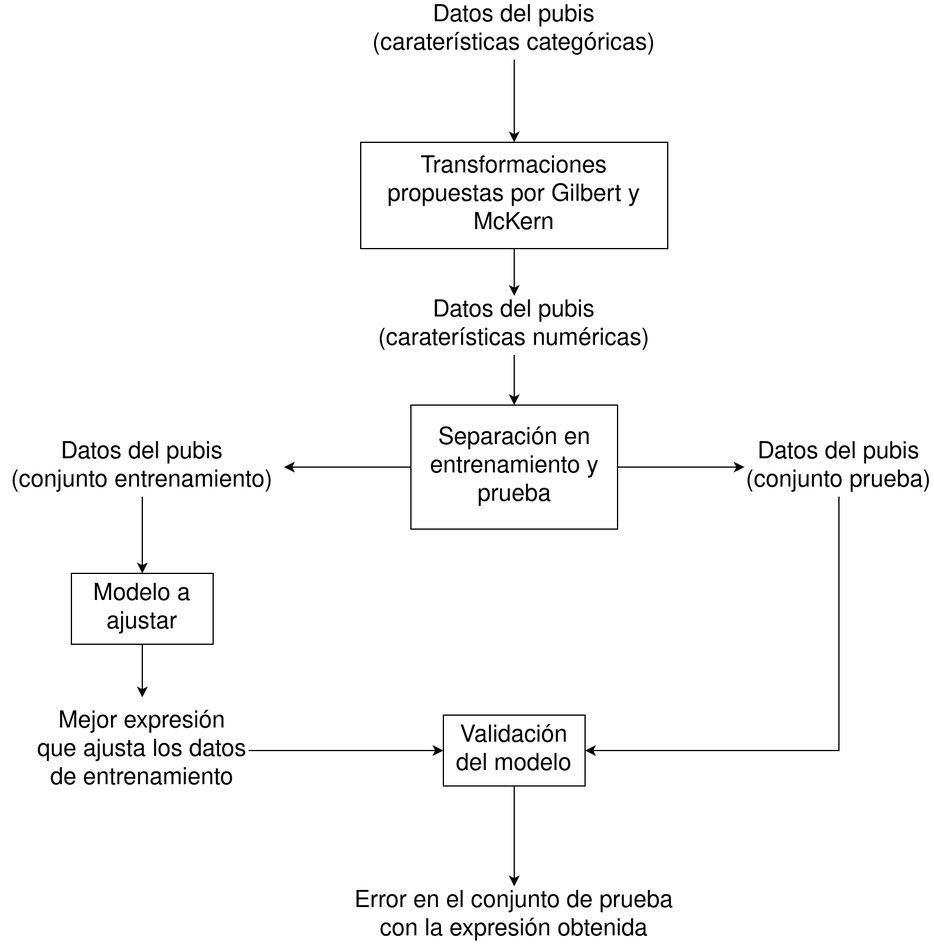
Above: memoria/images/esquema_datos.png in advy99/TFG (draw.io), before the change. Source tidied: cells renumbered, new cells last; positions are measured from the earlier drawing's top-left corner, leaving out a move shared by most shapes.
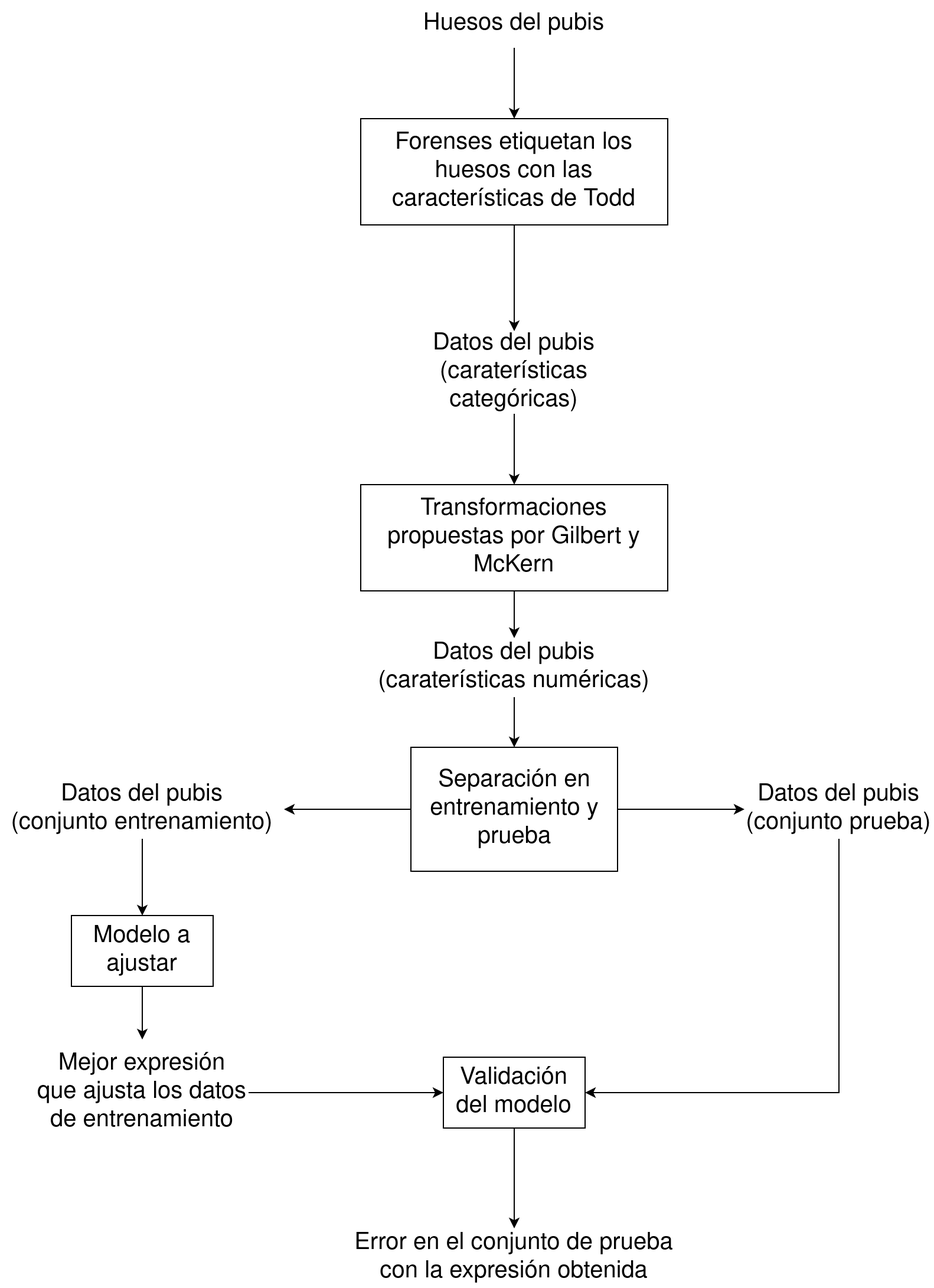
After the change.

Commit message:
actualizo el esquema de datos utilizado, ampliando la parte de obtención de características

The edit, as a diff of the source:
```diff
@@ -2,11 +2,13 @@
   <root>
     <mxCell id="0" />
     <mxCell id="1" parent="0" />
-    <mxCell id="2" style="edgeStyle=orthogonalEdgeStyle;rounded=0;jettySize=auto;html=1;entryX=0.5;entryY=0;entryDx=0;entryDy=0;" parent="1" edge="1" source="3" target="5">
-      <mxGeometry relative="1" as="geometry" />
+    <mxCell id="2" style="edgeStyle=orthogonalEdgeStyle;rounded=0;jettySize=auto;html=1;entryX=0.5;entryY=0;entryDx=0;entryDy=0;" parent="1" edge="1" target="5">
+      <mxGeometry relative="1" as="geometry">
+        <mxPoint x="435" y="60" as="sourcePoint" />
+      </mxGeometry>
     </mxCell>
     <mxCell id="3" value="&lt;font style=&quot;font-size: 20px&quot;&gt;Datos del pubis &lt;br&gt;(caraterísticas categóricas)&lt;/font&gt;" style="text;html=1;strokeColor=none;fillColor=none;align=center;verticalAlign=middle;whiteSpace=wrap;rounded=0;" parent="1" vertex="1">
-      <mxGeometry x="240" width="390" height="50" as="geometry" />
+      <mxGeometry x="315" width="240" height="50" as="geometry" />
     </mxCell>
     <mxCell id="4" style="edgeStyle=orthogonalEdgeStyle;rounded=0;jettySize=auto;html=1;entryX=0.5;entryY=0;entryDx=0;entryDy=0;" parent="1" edge="1" source="5" target="7">
       <mxGeometry relative="1" as="geometry" />
@@ -66,5 +68,19 @@
     <mxCell id="21" value="&lt;font style=&quot;font-size: 20px&quot;&gt;Error en el conjunto de prueba con la expresión obtenida&lt;/font&gt;" style="text;html=1;strokeColor=none;fillColor=none;align=center;verticalAlign=middle;whiteSpace=wrap;rounded=0;" parent="1" vertex="1">
       <mxGeometry x="295" y="750" width="280" height="50" as="geometry" />
     </mxCell>
+    <mxCell id="22" style="edgeStyle=orthogonalEdgeStyle;rounded=0;jettySize=auto;html=1;entryX=0.5;entryY=0;entryDx=0;entryDy=0;" parent="1" edge="1" source="23" target="25">
+      <mxGeometry relative="1" as="geometry" />
+    </mxCell>
+    <mxCell id="23" value="&lt;font style=&quot;font-size: 20px&quot;&gt;Huesos del pubis&lt;/font&gt;" style="text;html=1;strokeColor=none;fillColor=none;align=center;verticalAlign=middle;whiteSpace=wrap;rounded=0;" parent="1" vertex="1">
+      <mxGeometry x="340" y="-290" width="190" height="40" as="geometry" />
+    </mxCell>
+    <mxCell id="24" style="edgeStyle=orthogonalEdgeStyle;rounded=0;jettySize=auto;html=1;" parent="1" edge="1" source="25">
+      <mxGeometry relative="1" as="geometry">
+        <mxPoint x="435" y="-10" as="targetPoint" />
+      </mxGeometry>
+    </mxCell>
+    <mxCell id="25" value="&lt;font style=&quot;font-size: 20px&quot;&gt;Forenses etiquetan los huesos con las características de Todd&lt;/font&gt;" style="rounded=0;whiteSpace=wrap;html=1;" parent="1" vertex="1">
+      <mxGeometry x="305" y="-190" width="260" height="90" as="geometry" />
+    </mxCell>
   </root>
 </mxGraphModel>
```
